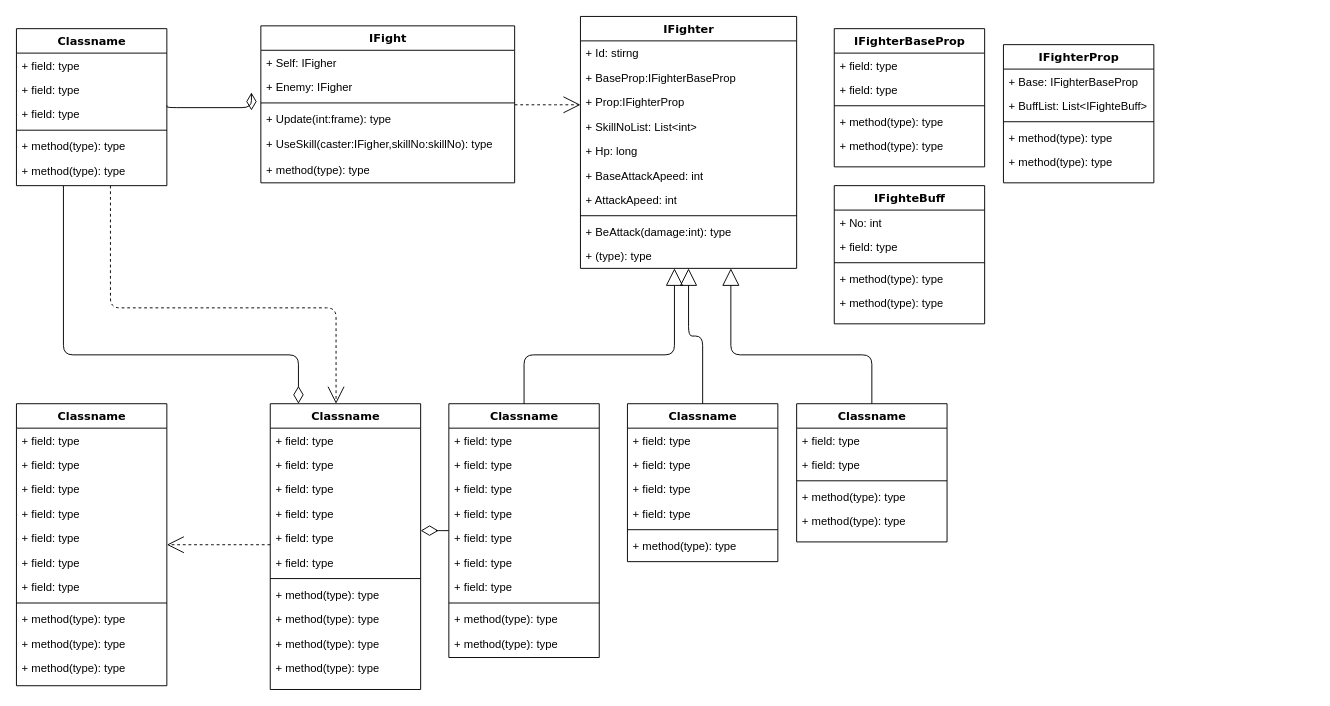
The draw.io diagram Untitled Diagram.drawio in LqMask/Draw, before the edit. Source tidied: cells renumbered, new cells numbered last; positions are measured from the earlier drawing's top-left corner, leaving out a move shared by most shapes. Both pictures are drawn from the tidied source at 94%, with x=0, y=0 at pixel (16, 16).
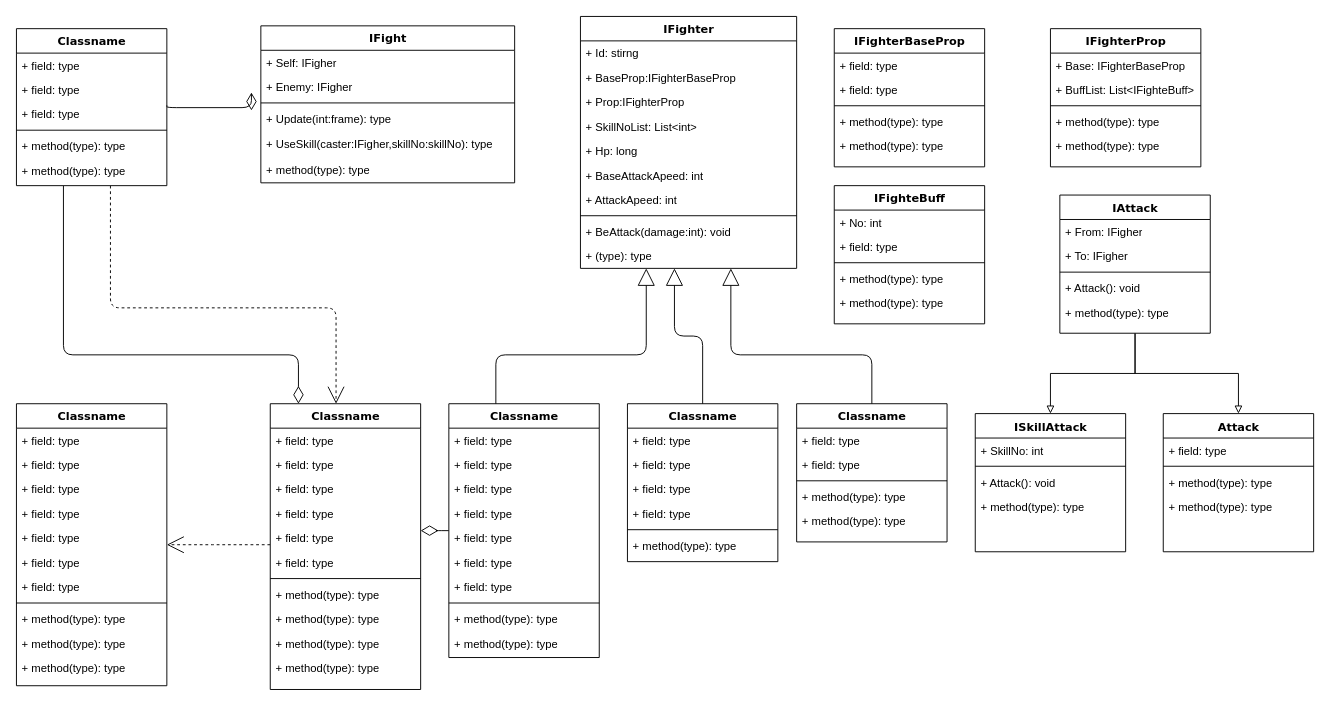
The same page after the edit.

Unchanged cells that the change refers to:
```xml
<mxCell id="12" value="IFight" style="swimlane;html=1;fontStyle=1;align=center;verticalAlign=top;horizontal=1;startSize=26;swimlaneFillColor=#ffffff;rounded=0;shadow=0;comic=0;labelBackgroundColor=none;strokeWidth=1;fillColor=none;fontFamily=Verdana;fontSize=12;" parent="1" vertex="1">
  <mxGeometry x="260" y="10" width="270" height="167" as="geometry" />
</mxCell>
<mxCell id="19" value="IFighter" style="swimlane;html=1;fontStyle=1;align=center;verticalAlign=top;horizontal=1;startSize=26;swimlaneFillColor=#ffffff;rounded=0;shadow=0;comic=0;labelBackgroundColor=none;strokeWidth=1;fillColor=none;fontFamily=Verdana;fontSize=12;" parent="1" vertex="1">
  <mxGeometry x="600" width="230" height="268" as="geometry" />
</mxCell>
<mxCell id="57" value="Classname" style="swimlane;html=1;fontStyle=1;align=center;verticalAlign=top;horizontal=1;startSize=26;swimlaneFillColor=#ffffff;rounded=0;shadow=0;comic=0;labelBackgroundColor=none;strokeWidth=1;fillColor=none;fontFamily=Verdana;fontSize=12;" parent="1" vertex="1">
  <mxGeometry x="460" y="412" width="160" height="270" as="geometry" />
</mxCell>
<mxCell id="69" value="Classname" style="swimlane;html=1;fontStyle=1;align=center;verticalAlign=top;horizontal=1;startSize=26;swimlaneFillColor=#ffffff;rounded=0;shadow=0;comic=0;labelBackgroundColor=none;strokeWidth=1;fillColor=none;fontFamily=Verdana;fontSize=12;" parent="1" vertex="1">
  <mxGeometry x="650" y="412" width="160" height="168" as="geometry" />
</mxCell>
```

Diff of the diagram source:
```diff
@@
-    <mxCell id="11" style="edgeStyle=elbowEdgeStyle;html=1;labelBackgroundColor=none;startFill=0;startSize=8;endArrow=open;endFill=0;endSize=16;fontFamily=Verdana;fontSize=12;elbow=vertical;dashed=1;" parent="1" edge="1" source="12" target="19">
-      <mxGeometry relative="1" as="geometry" />
-    </mxCell>
@@
-    <mxCell id="28" value="+ BeAttack(damage:int): type" style="text;html=1;strokeColor=none;fillColor=none;align=left;verticalAlign=top;spacingLeft=4;spacingRight=4;whiteSpace=wrap;overflow=hidden;" parent="19" vertex="1">
+    <mxCell id="28" value="+ BeAttack(damage:int): void" style="text;html=1;strokeColor=none;fillColor=none;align=left;verticalAlign=top;spacingLeft=4;spacingRight=4;whiteSpace=wrap;overflow=hidden;" parent="19" vertex="1">
       <mxGeometry y="216" width="230" height="26" as="geometry" />
     </mxCell>
@@
-    <mxCell id="56" style="edgeStyle=orthogonalEdgeStyle;html=1;labelBackgroundColor=none;startFill=0;startSize=8;endArrow=block;endFill=0;endSize=16;fontFamily=Verdana;fontSize=12;" parent="1" edge="1" source="57" target="19">
+    <mxCell id="56" style="edgeStyle=orthogonalEdgeStyle;html=1;labelBackgroundColor=none;startFill=0;startSize=8;endArrow=block;endFill=0;endSize=16;fontFamily=Verdana;fontSize=12;" parent="1" edge="1">
       <mxGeometry relative="1" as="geometry">
+        <mxPoint x="510" y="412" as="sourcePoint" />
+        <mxPoint x="670" y="268" as="targetPoint" />
         <Array as="points">
-          <mxPoint x="540" y="360" />
-          <mxPoint x="700" y="360" />
+          <mxPoint x="510" y="360" />
+          <mxPoint x="670" y="360" />
         </Array>
       </mxGeometry>
     </mxCell>
@@
     <mxCell id="68" style="edgeStyle=orthogonalEdgeStyle;html=1;labelBackgroundColor=none;startFill=0;startSize=8;endArrow=block;endFill=0;endSize=16;fontFamily=Verdana;fontSize=12;" parent="1" edge="1" source="69" target="19">
-      <mxGeometry relative="1" as="geometry" />
+      <mxGeometry relative="1" as="geometry">
+        <Array as="points">
+          <mxPoint x="730" y="340" />
+          <mxPoint x="700" y="340" />
+        </Array>
+      </mxGeometry>
     </mxCell>
@@
     <mxCell id="96" value="IFighterProp" style="swimlane;html=1;fontStyle=1;align=center;verticalAlign=top;horizontal=1;startSize=26;swimlaneFillColor=#ffffff;rounded=0;shadow=0;comic=0;labelBackgroundColor=none;strokeWidth=1;fillColor=none;fontFamily=Verdana;fontSize=12;" parent="1" vertex="1">
-      <mxGeometry x="1050" y="30" width="160" height="147" as="geometry" />
+      <mxGeometry x="1100" y="13" width="160" height="147" as="geometry" />
     </mxCell>
@@
+    <mxCell id="102" style="edgeStyle=orthogonalEdgeStyle;rounded=0;jettySize=auto;html=1;exitX=0.5;exitY=1;exitDx=0;exitDy=0;endArrow=block;endFill=0;" parent="1" edge="1" source="104" target="110">
+      <mxGeometry relative="1" as="geometry" />
+    </mxCell>
+    <mxCell id="103" style="edgeStyle=orthogonalEdgeStyle;rounded=0;jettySize=auto;html=1;exitX=0.5;exitY=1;exitDx=0;exitDy=0;endArrow=block;endFill=0;" parent="1" edge="1" source="104" target="115">
+      <mxGeometry relative="1" as="geometry" />
+    </mxCell>
+    <mxCell id="104" value="IAttack" style="swimlane;html=1;fontStyle=1;align=center;verticalAlign=top;horizontal=1;startSize=26;swimlaneFillColor=#ffffff;rounded=0;shadow=0;comic=0;labelBackgroundColor=none;strokeWidth=1;fillColor=none;fontFamily=Verdana;fontSize=12;" parent="1" vertex="1">
+      <mxGeometry x="1110" y="190" width="160" height="147" as="geometry" />
+    </mxCell>
+    <mxCell id="105" value="+ From: IFigher" style="text;html=1;strokeColor=none;fillColor=none;align=left;verticalAlign=top;spacingLeft=4;spacingRight=4;whiteSpace=wrap;overflow=hidden;" parent="104" vertex="1">
+      <mxGeometry y="26" width="160" height="26" as="geometry" />
+    </mxCell>
+    <mxCell id="106" value="+ To: IFigher" style="text;html=1;strokeColor=none;fillColor=none;align=left;verticalAlign=top;spacingLeft=4;spacingRight=4;whiteSpace=wrap;overflow=hidden;" parent="104" vertex="1">
+      <mxGeometry y="52" width="160" height="26" as="geometry" />
+    </mxCell>
+    <mxCell id="107" style="line;html=1;strokeWidth=1;fillColor=none;align=left;verticalAlign=middle;spacingTop=-1;spacingLeft=3;spacingRight=3;labelPosition=right;" parent="104" vertex="1">
+      <mxGeometry y="78" width="160" height="8" as="geometry" />
+    </mxCell>
+    <mxCell id="108" value="+ Attack(): void" style="text;html=1;strokeColor=none;fillColor=none;align=left;verticalAlign=top;spacingLeft=4;spacingRight=4;whiteSpace=wrap;overflow=hidden;" parent="104" vertex="1">
+      <mxGeometry y="86" width="160" height="26" as="geometry" />
+    </mxCell>
+    <mxCell id="109" value="+ method(type): type" style="text;html=1;strokeColor=none;fillColor=none;align=left;verticalAlign=top;spacingLeft=4;spacingRight=4;whiteSpace=wrap;overflow=hidden;" parent="104" vertex="1">
+      <mxGeometry y="112" width="160" height="26" as="geometry" />
+    </mxCell>
+    <mxCell id="110" value="ISkillAttack" style="swimlane;html=1;fontStyle=1;align=center;verticalAlign=top;horizontal=1;startSize=26;swimlaneFillColor=#ffffff;rounded=0;shadow=0;comic=0;labelBackgroundColor=none;strokeWidth=1;fillColor=none;fontFamily=Verdana;fontSize=12;" parent="1" vertex="1">
+      <mxGeometry x="1020" y="422.5" width="160" height="147" as="geometry" />
+    </mxCell>
+    <mxCell id="111" value="+ SkillNo: int" style="text;html=1;strokeColor=none;fillColor=none;align=left;verticalAlign=top;spacingLeft=4;spacingRight=4;whiteSpace=wrap;overflow=hidden;" parent="110" vertex="1">
+      <mxGeometry y="26" width="160" height="26" as="geometry" />
+    </mxCell>
+    <mxCell id="112" style="line;html=1;strokeWidth=1;fillColor=none;align=left;verticalAlign=middle;spacingTop=-1;spacingLeft=3;spacingRight=3;labelPosition=right;" parent="110" vertex="1">
+      <mxGeometry y="52" width="160" height="8" as="geometry" />
+    </mxCell>
+    <mxCell id="113" value="+ Attack(): void" style="text;html=1;strokeColor=none;fillColor=none;align=left;verticalAlign=top;spacingLeft=4;spacingRight=4;whiteSpace=wrap;overflow=hidden;" parent="110" vertex="1">
+      <mxGeometry y="60" width="160" height="26" as="geometry" />
+    </mxCell>
+    <mxCell id="114" value="+ method(type): type" style="text;html=1;strokeColor=none;fillColor=none;align=left;verticalAlign=top;spacingLeft=4;spacingRight=4;whiteSpace=wrap;overflow=hidden;" parent="110" vertex="1">
+      <mxGeometry y="86" width="160" height="26" as="geometry" />
+    </mxCell>
+    <mxCell id="115" value="Attack" style="swimlane;html=1;fontStyle=1;align=center;verticalAlign=top;horizontal=1;startSize=26;swimlaneFillColor=#ffffff;rounded=0;shadow=0;comic=0;labelBackgroundColor=none;strokeWidth=1;fillColor=none;fontFamily=Verdana;fontSize=12;" parent="1" vertex="1">
+      <mxGeometry x="1220" y="422.5" width="160" height="147" as="geometry" />
+    </mxCell>
+    <mxCell id="116" value="+ field: type" style="text;html=1;strokeColor=none;fillColor=none;align=left;verticalAlign=top;spacingLeft=4;spacingRight=4;whiteSpace=wrap;overflow=hidden;" parent="115" vertex="1">
+      <mxGeometry y="26" width="160" height="26" as="geometry" />
+    </mxCell>
+    <mxCell id="117" style="line;html=1;strokeWidth=1;fillColor=none;align=left;verticalAlign=middle;spacingTop=-1;spacingLeft=3;spacingRight=3;labelPosition=right;" parent="115" vertex="1">
+      <mxGeometry y="52" width="160" height="8" as="geometry" />
+    </mxCell>
+    <mxCell id="118" value="+ method(type): type" style="text;html=1;strokeColor=none;fillColor=none;align=left;verticalAlign=top;spacingLeft=4;spacingRight=4;whiteSpace=wrap;overflow=hidden;" parent="115" vertex="1">
+      <mxGeometry y="60" width="160" height="26" as="geometry" />
+    </mxCell>
+    <mxCell id="119" value="+ method(type): type" style="text;html=1;strokeColor=none;fillColor=none;align=left;verticalAlign=top;spacingLeft=4;spacingRight=4;whiteSpace=wrap;overflow=hidden;" parent="115" vertex="1">
+      <mxGeometry y="86" width="160" height="26" as="geometry" />
+    </mxCell>
```
